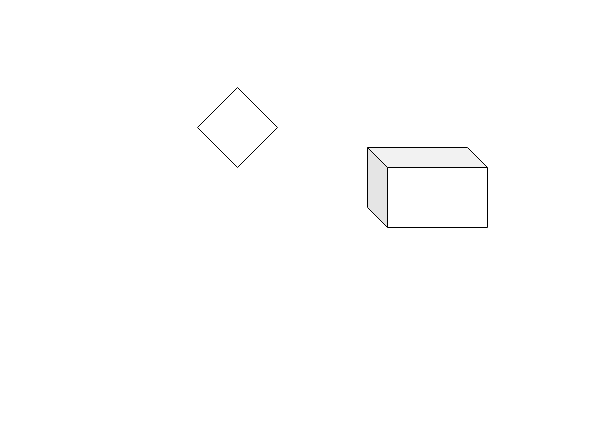
The draw.io diagram Untitled Diagram.drawio in li4236/tuzhao, before the edit. Source tidied: cells renumbered, new cells numbered last; positions are measured from the earlier drawing's top-left corner, leaving out a move shared by most shapes. Both pictures are drawn from the tidied source at 100%, with x=0, y=0 at pixel (197, 87).
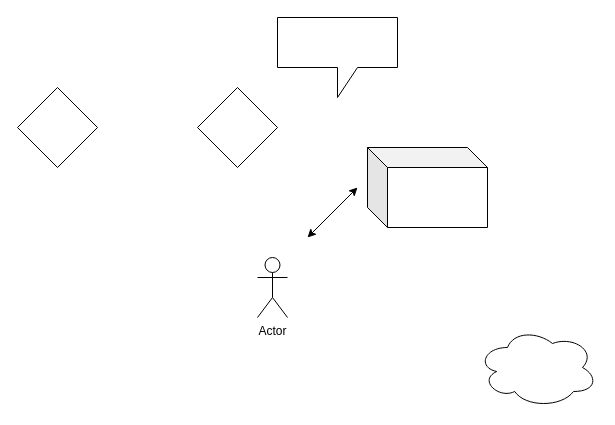
Above is the later version.

What changed in the source:
```diff
@@
 <mxGraphModel>
   <root>
     <mxCell id="0" />
     <mxCell id="1" parent="0" />
     <mxCell id="2" style="rhombus;whiteSpace=wrap;html=1;" parent="1" vertex="1">
       <mxGeometry width="80" height="80" as="geometry" />
     </mxCell>
     <mxCell id="3" style="shape=cube;whiteSpace=wrap;html=1;boundedLbl=1;backgroundOutline=1;darkOpacity=0.05;darkOpacity2=0.1;" parent="1" vertex="1">
       <mxGeometry x="170" y="60" width="120" height="80" as="geometry" />
     </mxCell>
+    <mxCell id="4" value="Actor" style="shape=umlActor;verticalLabelPosition=bottom;verticalAlign=top;html=1;" parent="1" vertex="1">
+      <mxGeometry x="60" y="170" width="30" height="60" as="geometry" />
+    </mxCell>
+    <mxCell id="5" style="shape=callout;whiteSpace=wrap;html=1;perimeter=calloutPerimeter;" parent="1" vertex="1">
+      <mxGeometry x="80" y="-70" width="120" height="80" as="geometry" />
+    </mxCell>
+    <mxCell id="6" style="ellipse;shape=cloud;whiteSpace=wrap;html=1;" parent="1" vertex="1">
+      <mxGeometry x="280" y="240" width="120" height="80" as="geometry" />
+    </mxCell>
+    <mxCell id="7" style="endArrow=classic;startArrow=classic;html=1;" parent="1" edge="1">
+      <mxGeometry relative="1" as="geometry">
+        <mxPoint x="110" y="150" as="sourcePoint" />
+        <mxPoint x="160" y="100" as="targetPoint" />
+      </mxGeometry>
+    </mxCell>
+    <mxCell id="8" style="rhombus;whiteSpace=wrap;html=1;" parent="1" vertex="1">
+      <mxGeometry x="-180" width="80" height="80" as="geometry" />
+    </mxCell>
   </root>
 </mxGraphModel>
```
